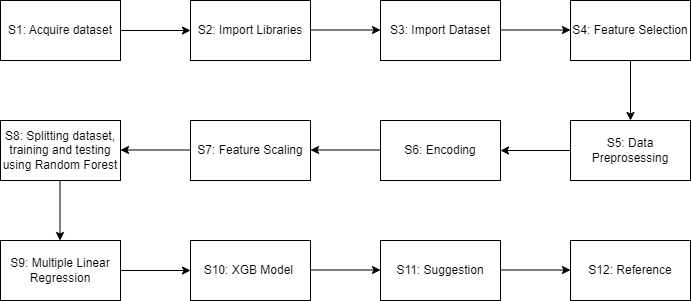
Above: CiliLadoData/FlowChart.png in JingYuan0926/ChiliLado (draw.io), before the change. Source tidied: cells renumbered, new cells last; positions are measured from the earlier drawing's top-left corner, leaving out a move shared by most shapes.
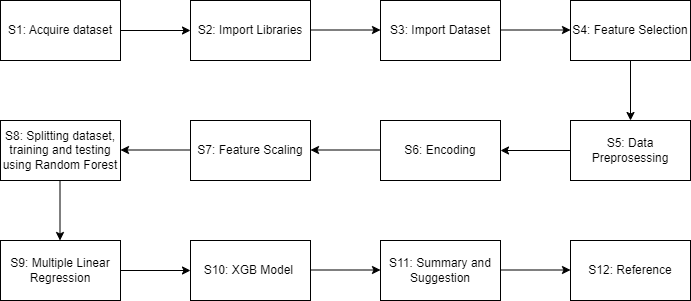
The same diagram one commit later.

The edit, as a diff of the source:
```diff
@@ -71,7 +71,7 @@
     <mxCell id="19" value="S10: XGB Model&amp;nbsp;" style="rounded=0;whiteSpace=wrap;html=1;" parent="1" vertex="1">
       <mxGeometry x="190" y="240" width="120" height="60" as="geometry" />
     </mxCell>
-    <mxCell id="20" value="S11: Suggestion" style="rounded=0;whiteSpace=wrap;html=1;" parent="1" vertex="1">
+    <mxCell id="20" value="S11: Summary and Suggestion" style="rounded=0;whiteSpace=wrap;html=1;" parent="1" vertex="1">
       <mxGeometry x="380" y="240" width="120" height="60" as="geometry" />
     </mxCell>
     <mxCell id="21" style="endArrow=classic;html=1;rounded=0;exitX=0.5;exitY=1;exitDx=0;exitDy=0;entryX=0;entryY=0.5;entryDx=0;entryDy=0;" parent="1" edge="1" target="19">
```
